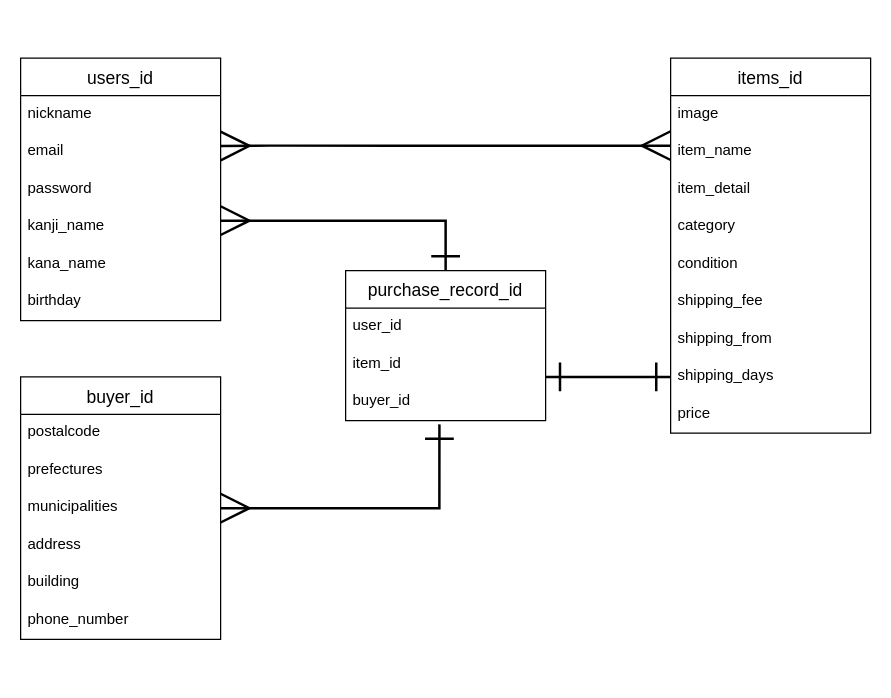
Before: er.dio in daicheez/furima-37244, a draw.io diagram. Source tidied: cells renumbered, new cells numbered last; positions are measured from the earlier drawing's top-left corner, leaving out a move shared by most shapes. Both pictures are drawn from the tidied source at 125%, with x=0, y=0 at pixel (20, 58).
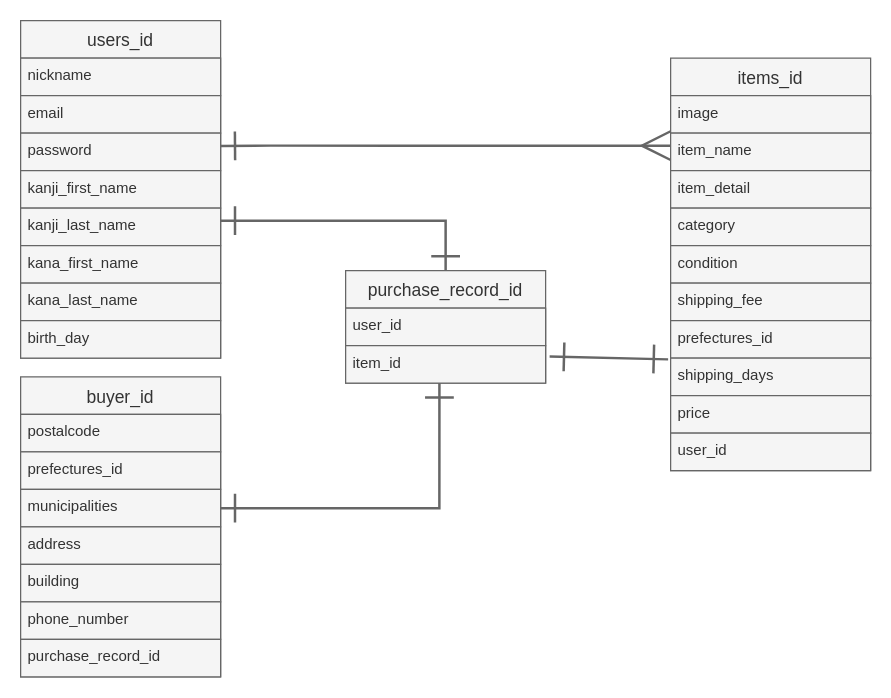
Above is the later version.

The edit, as a diff of the source:
```diff
@@
-    <mxCell id="2" value="users_id" style="swimlane;fontStyle=0;horizontal=1;startSize=30;align=center;fontSize=14;" parent="1" vertex="1">
-      <mxGeometry width="160" height="210" as="geometry" />
+    <mxCell id="2" value="users_id" style="swimlane;fontStyle=0;horizontal=1;startSize=30;align=center;fontSize=14;fillColor=#f5f5f5;strokeColor=#666666;fontColor=#333333;" parent="1" vertex="1">
+      <mxGeometry y="-30" width="160" height="270" as="geometry" />
     </mxCell>
-    <mxCell id="3" value="nickname  " style="text;strokeColor=none;fillColor=none;spacingLeft=4;spacingRight=4;overflow=hidden;fontSize=12;" parent="2" vertex="1">
+    <mxCell id="3" value="nickname  " style="text;spacingLeft=4;spacingRight=4;overflow=hidden;fontSize=12;fillColor=#f5f5f5;strokeColor=#666666;fontColor=#333333;" parent="2" vertex="1">
       <mxGeometry y="30" width="160" height="30" as="geometry" />
     </mxCell>
-    <mxCell id="4" value="email" style="text;strokeColor=none;fillColor=none;spacingLeft=4;spacingRight=4;overflow=hidden;fontSize=12;" parent="2" vertex="1">
+    <mxCell id="4" value="email" style="text;spacingLeft=4;spacingRight=4;overflow=hidden;fontSize=12;fillColor=#f5f5f5;strokeColor=#666666;fontColor=#333333;" parent="2" vertex="1">
       <mxGeometry y="60" width="160" height="30" as="geometry" />
     </mxCell>
-    <mxCell id="5" value="password" style="text;strokeColor=none;fillColor=none;spacingLeft=4;spacingRight=4;overflow=hidden;fontSize=12;" parent="2" vertex="1">
+    <mxCell id="5" value="password" style="text;spacingLeft=4;spacingRight=4;overflow=hidden;fontSize=12;fillColor=#f5f5f5;strokeColor=#666666;fontColor=#333333;" parent="2" vertex="1">
       <mxGeometry y="90" width="160" height="30" as="geometry" />
     </mxCell>
-    <mxCell id="6" value="kanji_name" style="text;strokeColor=none;fillColor=none;spacingLeft=4;spacingRight=4;overflow=hidden;fontSize=12;" parent="2" vertex="1">
+    <mxCell id="6" value="kanji_first_name" style="text;spacingLeft=4;spacingRight=4;overflow=hidden;fontSize=12;fillColor=#f5f5f5;strokeColor=#666666;fontColor=#333333;" parent="2" vertex="1">
       <mxGeometry y="120" width="160" height="30" as="geometry" />
     </mxCell>
-    <mxCell id="7" value="kana_name" style="text;strokeColor=none;fillColor=none;spacingLeft=4;spacingRight=4;overflow=hidden;fontSize=12;" parent="2" vertex="1">
+    <mxCell id="7" value="kanji_last_name" style="text;spacingLeft=4;spacingRight=4;overflow=hidden;fontSize=12;fillColor=#f5f5f5;strokeColor=#666666;fontColor=#333333;" parent="2" vertex="1">
       <mxGeometry y="150" width="160" height="30" as="geometry" />
     </mxCell>
-    <mxCell id="8" value="birthday" style="text;strokeColor=none;fillColor=none;spacingLeft=4;spacingRight=4;overflow=hidden;fontSize=12;" parent="2" vertex="1">
+    <mxCell id="8" value="kana_first_name" style="text;spacingLeft=4;spacingRight=4;overflow=hidden;fontSize=12;fillColor=#f5f5f5;strokeColor=#666666;fontColor=#333333;" parent="2" vertex="1">
       <mxGeometry y="180" width="160" height="30" as="geometry" />
     </mxCell>
+    <mxCell id="34" value="kana_last_name" style="text;spacingLeft=4;spacingRight=4;overflow=hidden;fontSize=12;fillColor=#f5f5f5;strokeColor=#666666;fontColor=#333333;" parent="2" vertex="1">
+      <mxGeometry y="210" width="160" height="30" as="geometry" />
+    </mxCell>
+    <mxCell id="35" value="birth_day" style="text;spacingLeft=4;spacingRight=4;overflow=hidden;fontSize=12;fillColor=#f5f5f5;strokeColor=#666666;fontColor=#333333;" parent="2" vertex="1">
+      <mxGeometry y="240" width="160" height="30" as="geometry" />
+    </mxCell>
-    <mxCell id="9" value="items_id" style="swimlane;fontStyle=0;horizontal=1;startSize=30;align=center;fontSize=14;" parent="1" vertex="1">
-      <mxGeometry x="520" width="160" height="300" as="geometry" />
+    <mxCell id="9" value="items_id" style="swimlane;fontStyle=0;horizontal=1;startSize=30;align=center;fontSize=14;fillColor=#f5f5f5;strokeColor=#666666;fontColor=#333333;" parent="1" vertex="1">
+      <mxGeometry x="520" width="160" height="330" as="geometry" />
     </mxCell>
-    <mxCell id="10" value="image" style="text;strokeColor=none;fillColor=none;spacingLeft=4;spacingRight=4;overflow=hidden;fontSize=12;" parent="9" vertex="1">
+    <mxCell id="10" value="image" style="text;spacingLeft=4;spacingRight=4;overflow=hidden;fontSize=12;fillColor=#f5f5f5;strokeColor=#666666;fontColor=#333333;" parent="9" vertex="1">
       <mxGeometry y="30" width="160" height="30" as="geometry" />
     </mxCell>
-    <mxCell id="11" value="item_name" style="text;strokeColor=none;fillColor=none;spacingLeft=4;spacingRight=4;overflow=hidden;fontSize=12;" parent="9" vertex="1">
+    <mxCell id="11" value="item_name" style="text;spacingLeft=4;spacingRight=4;overflow=hidden;fontSize=12;fillColor=#f5f5f5;strokeColor=#666666;fontColor=#333333;" parent="9" vertex="1">
       <mxGeometry y="60" width="160" height="30" as="geometry" />
     </mxCell>
-    <mxCell id="12" value="item_detail" style="text;strokeColor=none;fillColor=none;spacingLeft=4;spacingRight=4;overflow=hidden;fontSize=12;" parent="9" vertex="1">
+    <mxCell id="12" value="item_detail" style="text;spacingLeft=4;spacingRight=4;overflow=hidden;fontSize=12;fillColor=#f5f5f5;strokeColor=#666666;fontColor=#333333;" parent="9" vertex="1">
       <mxGeometry y="90" width="160" height="30" as="geometry" />
     </mxCell>
-    <mxCell id="13" value="category" style="text;strokeColor=none;fillColor=none;spacingLeft=4;spacingRight=4;overflow=hidden;fontSize=12;" parent="9" vertex="1">
+    <mxCell id="13" value="category" style="text;spacingLeft=4;spacingRight=4;overflow=hidden;fontSize=12;fillColor=#f5f5f5;strokeColor=#666666;fontColor=#333333;" parent="9" vertex="1">
       <mxGeometry y="120" width="160" height="30" as="geometry" />
     </mxCell>
-    <mxCell id="14" value="condition" style="text;strokeColor=none;fillColor=none;spacingLeft=4;spacingRight=4;overflow=hidden;fontSize=12;" parent="9" vertex="1">
+    <mxCell id="14" value="condition" style="text;spacingLeft=4;spacingRight=4;overflow=hidden;fontSize=12;fillColor=#f5f5f5;strokeColor=#666666;fontColor=#333333;" parent="9" vertex="1">
       <mxGeometry y="150" width="160" height="30" as="geometry" />
     </mxCell>
-    <mxCell id="15" value="shipping_fee" style="text;strokeColor=none;fillColor=none;spacingLeft=4;spacingRight=4;overflow=hidden;fontSize=12;" parent="9" vertex="1">
+    <mxCell id="15" value="shipping_fee" style="text;spacingLeft=4;spacingRight=4;overflow=hidden;fontSize=12;fillColor=#f5f5f5;strokeColor=#666666;fontColor=#333333;" parent="9" vertex="1">
       <mxGeometry y="180" width="160" height="30" as="geometry" />
     </mxCell>
-    <mxCell id="16" value="shipping_from" style="text;strokeColor=none;fillColor=none;spacingLeft=4;spacingRight=4;overflow=hidden;fontSize=12;" parent="9" vertex="1">
+    <mxCell id="16" value="prefectures_id" style="text;spacingLeft=4;spacingRight=4;overflow=hidden;fontSize=12;fillColor=#f5f5f5;strokeColor=#666666;fontColor=#333333;" parent="9" vertex="1">
       <mxGeometry y="210" width="160" height="30" as="geometry" />
     </mxCell>
-    <mxCell id="17" value="shipping_days" style="text;strokeColor=none;fillColor=none;spacingLeft=4;spacingRight=4;overflow=hidden;fontSize=12;" parent="9" vertex="1">
+    <mxCell id="17" value="shipping_days" style="text;spacingLeft=4;spacingRight=4;overflow=hidden;fontSize=12;fillColor=#f5f5f5;strokeColor=#666666;fontColor=#333333;" parent="9" vertex="1">
       <mxGeometry y="240" width="160" height="30" as="geometry" />
     </mxCell>
-    <mxCell id="18" value="price" style="text;strokeColor=none;fillColor=none;spacingLeft=4;spacingRight=4;overflow=hidden;fontSize=12;" parent="9" vertex="1">
+    <mxCell id="18" value="price" style="text;spacingLeft=4;spacingRight=4;overflow=hidden;fontSize=12;fillColor=#f5f5f5;strokeColor=#666666;fontColor=#333333;" parent="9" vertex="1">
       <mxGeometry y="270" width="160" height="30" as="geometry" />
     </mxCell>
+    <mxCell id="36" value="user_id" style="text;spacingLeft=4;spacingRight=4;overflow=hidden;fontSize=12;fillColor=#f5f5f5;strokeColor=#666666;fontColor=#333333;" parent="9" vertex="1">
+      <mxGeometry y="300" width="160" height="30" as="geometry" />
+    </mxCell>
-    <mxCell id="19" value="purchase_record_id" style="swimlane;fontStyle=0;horizontal=1;startSize=30;align=center;fontSize=14;" parent="1" vertex="1">
-      <mxGeometry x="260" y="170" width="160" height="120" as="geometry" />
+    <mxCell id="19" value="purchase_record_id" style="swimlane;fontStyle=0;horizontal=1;startSize=30;align=center;fontSize=14;fillColor=#f5f5f5;strokeColor=#666666;fontColor=#333333;" parent="1" vertex="1">
+      <mxGeometry x="260" y="170" width="160" height="90" as="geometry" />
     </mxCell>
-    <mxCell id="20" value="user_id" style="text;strokeColor=none;fillColor=none;spacingLeft=4;spacingRight=4;overflow=hidden;fontSize=12;" parent="19" vertex="1">
+    <mxCell id="20" value="user_id" style="text;spacingLeft=4;spacingRight=4;overflow=hidden;fontSize=12;fillColor=#f5f5f5;strokeColor=#666666;fontColor=#333333;" parent="19" vertex="1">
       <mxGeometry y="30" width="160" height="30" as="geometry" />
     </mxCell>
-    <mxCell id="21" value="item_id" style="text;strokeColor=none;fillColor=none;spacingLeft=4;spacingRight=4;overflow=hidden;points=[[0,0.5],[1,0.5]];portConstraint=eastwest;fontSize=12;" parent="19" vertex="1">
+    <mxCell id="21" value="item_id" style="text;spacingLeft=4;spacingRight=4;overflow=hidden;points=[[0,0.5],[1,0.5]];portConstraint=eastwest;fontSize=12;fillColor=#f5f5f5;strokeColor=#666666;fontColor=#333333;" parent="19" vertex="1">
       <mxGeometry y="60" width="160" height="30" as="geometry" />
     </mxCell>
-    <mxCell id="22" value="buyer_id" style="text;strokeColor=none;fillColor=none;spacingLeft=4;spacingRight=4;overflow=hidden;points=[[0,0.5],[1,0.5]];portConstraint=eastwest;fontSize=12;" parent="19" vertex="1">
-      <mxGeometry y="90" width="160" height="30" as="geometry" />
-    </mxCell>
-    <mxCell id="23" value="buyer_id" style="swimlane;fontStyle=0;horizontal=1;startSize=30;align=center;fontSize=14;" parent="1" vertex="1">
-      <mxGeometry y="255" width="160" height="210" as="geometry" />
+    <mxCell id="23" value="buyer_id" style="swimlane;fontStyle=0;horizontal=1;startSize=30;align=center;fontSize=14;fillColor=#f5f5f5;strokeColor=#666666;fontColor=#333333;" parent="1" vertex="1">
+      <mxGeometry y="255" width="160" height="240" as="geometry" />
     </mxCell>
-    <mxCell id="24" value="postalcode" style="text;strokeColor=none;fillColor=none;spacingLeft=4;spacingRight=4;overflow=hidden;fontSize=12;" parent="23" vertex="1">
+    <mxCell id="24" value="postalcode" style="text;spacingLeft=4;spacingRight=4;overflow=hidden;fontSize=12;fillColor=#f5f5f5;strokeColor=#666666;fontColor=#333333;" parent="23" vertex="1">
       <mxGeometry y="30" width="160" height="30" as="geometry" />
     </mxCell>
-    <mxCell id="25" value="prefectures" style="text;strokeColor=none;fillColor=none;spacingLeft=4;spacingRight=4;overflow=hidden;fontSize=12;" parent="23" vertex="1">
+    <mxCell id="25" value="prefectures_id" style="text;spacingLeft=4;spacingRight=4;overflow=hidden;fontSize=12;fillColor=#f5f5f5;strokeColor=#666666;fontColor=#333333;" parent="23" vertex="1">
       <mxGeometry y="60" width="160" height="30" as="geometry" />
     </mxCell>
-    <mxCell id="26" value="municipalities" style="text;strokeColor=none;fillColor=none;spacingLeft=4;spacingRight=4;overflow=hidden;fontSize=12;" parent="23" vertex="1">
+    <mxCell id="26" value="municipalities" style="text;spacingLeft=4;spacingRight=4;overflow=hidden;fontSize=12;fillColor=#f5f5f5;strokeColor=#666666;fontColor=#333333;" parent="23" vertex="1">
       <mxGeometry y="90" width="160" height="30" as="geometry" />
     </mxCell>
-    <mxCell id="27" value="address" style="text;strokeColor=none;fillColor=none;spacingLeft=4;spacingRight=4;overflow=hidden;fontSize=12;" parent="23" vertex="1">
+    <mxCell id="27" value="address" style="text;spacingLeft=4;spacingRight=4;overflow=hidden;fontSize=12;fillColor=#f5f5f5;strokeColor=#666666;fontColor=#333333;" parent="23" vertex="1">
       <mxGeometry y="120" width="160" height="30" as="geometry" />
     </mxCell>
-    <mxCell id="28" value="building" style="text;strokeColor=none;fillColor=none;spacingLeft=4;spacingRight=4;overflow=hidden;fontSize=12;" parent="23" vertex="1">
+    <mxCell id="28" value="building" style="text;spacingLeft=4;spacingRight=4;overflow=hidden;fontSize=12;fillColor=#f5f5f5;strokeColor=#666666;fontColor=#333333;" parent="23" vertex="1">
       <mxGeometry y="150" width="160" height="30" as="geometry" />
     </mxCell>
-    <mxCell id="29" value="phone_number" style="text;strokeColor=none;fillColor=none;spacingLeft=4;spacingRight=4;overflow=hidden;fontSize=12;" parent="23" vertex="1">
+    <mxCell id="29" value="phone_number" style="text;spacingLeft=4;spacingRight=4;overflow=hidden;fontSize=12;fillColor=#f5f5f5;strokeColor=#666666;fontColor=#333333;" parent="23" vertex="1">
       <mxGeometry y="180" width="160" height="30" as="geometry" />
     </mxCell>
+    <mxCell id="37" value="purchase_record_id" style="text;spacingLeft=4;spacingRight=4;overflow=hidden;fontSize=12;fillColor=#f5f5f5;strokeColor=#666666;fontColor=#333333;" parent="23" vertex="1">
+      <mxGeometry y="210" width="160" height="30" as="geometry" />
+    </mxCell>
-    <mxCell id="30" style="edgeStyle=none;html=1;startArrow=ERone;startFill=0;rounded=0;strokeWidth=2;endArrow=ERone;endFill=0;targetPerimeterSpacing=0;sourcePerimeterSpacing=0;endSize=20;startSize=20;" parent="1" edge="1">
+    <mxCell id="30" style="edgeStyle=none;html=1;startArrow=ERone;startFill=0;rounded=0;strokeWidth=2;endArrow=ERone;endFill=0;targetPerimeterSpacing=0;sourcePerimeterSpacing=0;endSize=20;startSize=20;exitX=1.02;exitY=0.289;exitDx=0;exitDy=0;exitPerimeter=0;fillColor=#f5f5f5;strokeColor=#666666;" parent="1" edge="1" source="21">
       <mxGeometry relative="1" as="geometry">
-        <mxPoint x="420" y="255" as="sourcePoint" />
-        <mxPoint x="520" y="255" as="targetPoint" />
+        <mxPoint x="518" y="241" as="targetPoint" />
       </mxGeometry>
     </mxCell>
-    <mxCell id="31" style="edgeStyle=none;html=1;startArrow=ERmany;startFill=0;rounded=0;strokeWidth=2;endArrow=ERone;endFill=0;targetPerimeterSpacing=0;sourcePerimeterSpacing=0;endSize=20;startSize=20;entryX=0.469;entryY=1.1;entryDx=0;entryDy=0;entryPerimeter=0;" parent="1" edge="1" target="22">
+    <mxCell id="31" style="edgeStyle=none;html=1;startArrow=ERone;startFill=0;rounded=0;strokeWidth=2;endArrow=ERone;endFill=0;targetPerimeterSpacing=0;sourcePerimeterSpacing=0;endSize=20;startSize=20;entryX=0.469;entryY=1;entryDx=0;entryDy=0;entryPerimeter=0;fillColor=#f5f5f5;strokeColor=#666666;" parent="1" edge="1" target="21">
       <mxGeometry relative="1" as="geometry">
         <mxPoint x="160" y="360" as="sourcePoint" />
         <Array as="points">
           <mxPoint x="335" y="360" />
         </Array>
       </mxGeometry>
     </mxCell>
-    <mxCell id="32" style="edgeStyle=none;html=1;startArrow=ERmany;startFill=0;rounded=0;strokeWidth=2;endArrow=ERmany;endFill=0;targetPerimeterSpacing=0;sourcePerimeterSpacing=0;endSize=20;startSize=20;" parent="1" edge="1">
+    <mxCell id="32" style="edgeStyle=none;html=1;startArrow=ERone;startFill=0;rounded=0;strokeWidth=2;endArrow=ERmany;endFill=0;targetPerimeterSpacing=0;sourcePerimeterSpacing=0;endSize=20;startSize=20;fillColor=#f5f5f5;strokeColor=#666666;" parent="1" edge="1">
       <mxGeometry relative="1" as="geometry">
         <mxPoint x="160" y="70.3" as="sourcePoint" />
         <mxPoint x="520" y="70" as="targetPoint" />
         <Array as="points">
           <mxPoint x="200" y="70" />
           <mxPoint x="300" y="70" />
           <mxPoint x="330" y="70" />
           <mxPoint x="440" y="70" />
           <mxPoint x="480" y="70" />
         </Array>
       </mxGeometry>
     </mxCell>
-    <mxCell id="33" style="edgeStyle=none;html=1;startArrow=ERmany;startFill=0;rounded=0;strokeWidth=2;endArrow=ERone;endFill=0;targetPerimeterSpacing=0;sourcePerimeterSpacing=0;endSize=20;startSize=20;entryX=0.5;entryY=0;entryDx=0;entryDy=0;" parent="1" edge="1" target="19">
+    <mxCell id="33" style="edgeStyle=none;html=1;startArrow=ERone;startFill=0;rounded=0;strokeWidth=2;endArrow=ERone;endFill=0;targetPerimeterSpacing=0;sourcePerimeterSpacing=0;endSize=20;startSize=20;entryX=0.5;entryY=0;entryDx=0;entryDy=0;fillColor=#f5f5f5;strokeColor=#666666;" parent="1" edge="1" target="19">
       <mxGeometry relative="1" as="geometry">
         <mxPoint x="160" y="130" as="sourcePoint" />
         <Array as="points">
           <mxPoint x="340" y="130" />
         </Array>
       </mxGeometry>
     </mxCell>
```
